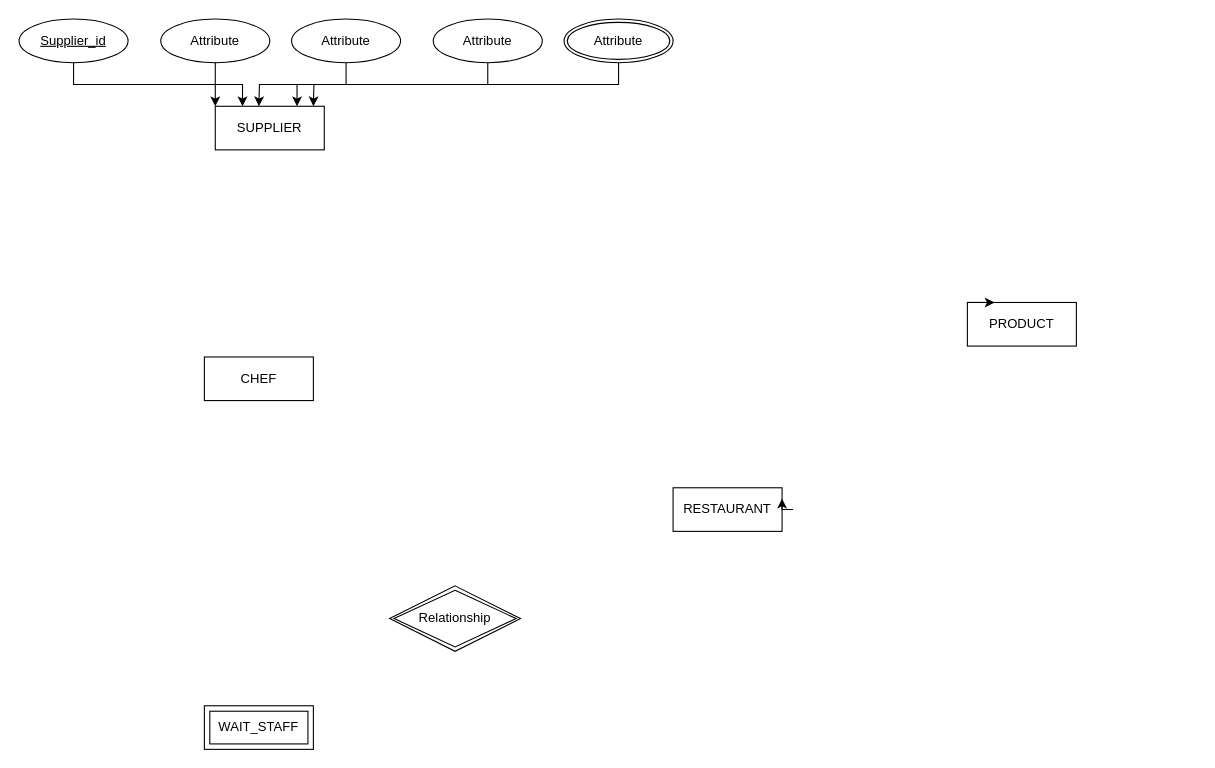
Above: Untitled Diagram.drawio in Jack-UNSW/ohmyzsh (draw.io), before the change. Source tidied: cells renumbered, new cells numbered last; positions are measured from the earlier drawing's top-left corner, leaving out a move shared by most shapes. Both pictures are drawn from the tidied source at 109%, with x=0, y=0 at pixel (19, 19).
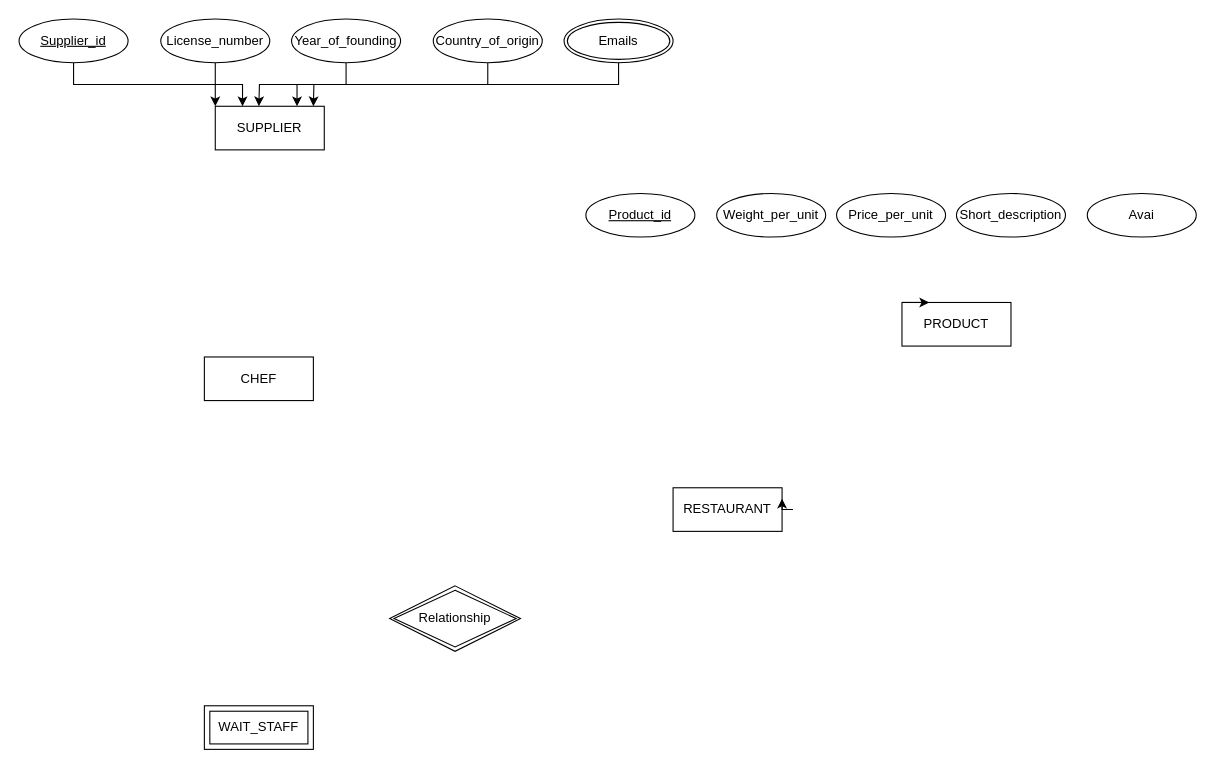
The same diagram, later.

The edit, as a diff of the source:
```diff
@@
     <mxCell id="3" value="PRODUCT" style="whiteSpace=wrap;html=1;align=center;" parent="1" vertex="1">
-      <mxGeometry x="870" y="260" width="100" height="40" as="geometry" />
+      <mxGeometry x="810" y="260" width="100" height="40" as="geometry" />
     </mxCell>
@@
-    <mxCell id="13" value="Attribute" style="ellipse;whiteSpace=wrap;html=1;align=center;" parent="1" vertex="1">
+    <mxCell id="13" value="License_number" style="ellipse;whiteSpace=wrap;html=1;align=center;" parent="1" vertex="1">
       <mxGeometry x="130" width="100" height="40" as="geometry" />
     </mxCell>
@@
-    <mxCell id="15" value="Attribute" style="ellipse;whiteSpace=wrap;html=1;align=center;" parent="1" vertex="1">
+    <mxCell id="15" value="Year_of_founding" style="ellipse;whiteSpace=wrap;html=1;align=center;" parent="1" vertex="1">
       <mxGeometry x="250" width="100" height="40" as="geometry" />
     </mxCell>
@@
-    <mxCell id="17" value="Attribute" style="ellipse;whiteSpace=wrap;html=1;align=center;" parent="1" vertex="1">
+    <mxCell id="17" value="Country_of_origin" style="ellipse;whiteSpace=wrap;html=1;align=center;" parent="1" vertex="1">
       <mxGeometry x="380" width="100" height="40" as="geometry" />
     </mxCell>
@@
-    <mxCell id="19" value="Attribute" style="ellipse;shape=doubleEllipse;margin=3;whiteSpace=wrap;html=1;align=center;" parent="1" vertex="1">
+    <mxCell id="19" value="Emails" style="ellipse;shape=doubleEllipse;margin=3;whiteSpace=wrap;html=1;align=center;" parent="1" vertex="1">
       <mxGeometry x="500" width="100" height="40" as="geometry" />
     </mxCell>
+    <mxCell id="20" value="Product_id" style="ellipse;whiteSpace=wrap;html=1;align=center;fontStyle=4;" parent="1" vertex="1">
+      <mxGeometry x="520" y="160" width="100" height="40" as="geometry" />
+    </mxCell>
+    <mxCell id="21" value="Weight_per_unit" style="ellipse;whiteSpace=wrap;html=1;align=center;" parent="1" vertex="1">
+      <mxGeometry x="640" y="160" width="100" height="40" as="geometry" />
+    </mxCell>
+    <mxCell id="22" value="Price_per_unit" style="ellipse;whiteSpace=wrap;html=1;align=center;" parent="1" vertex="1">
+      <mxGeometry x="750" y="160" width="100" height="40" as="geometry" />
+    </mxCell>
+    <mxCell id="23" value="Short_description" style="ellipse;whiteSpace=wrap;html=1;align=center;" parent="1" vertex="1">
+      <mxGeometry x="860" y="160" width="100" height="40" as="geometry" />
+    </mxCell>
+    <mxCell id="24" value="Avai" style="ellipse;whiteSpace=wrap;html=1;align=center;" parent="1" vertex="1">
+      <mxGeometry x="980" y="160" width="100" height="40" as="geometry" />
+    </mxCell>
```
